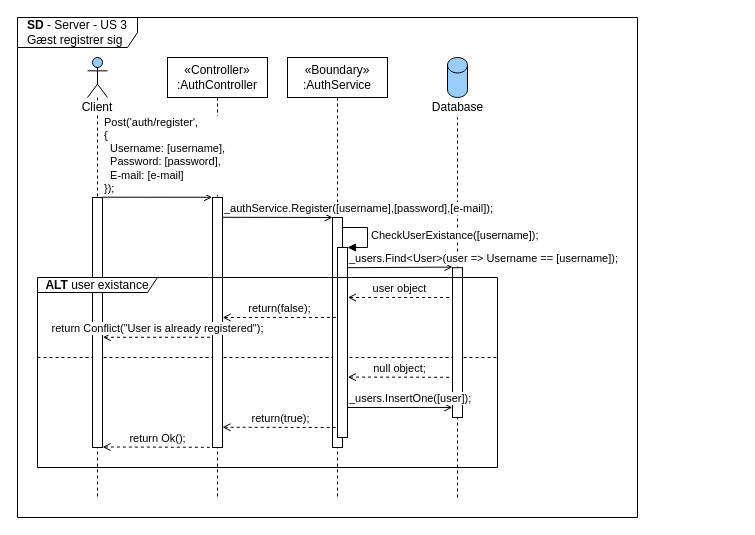
Macradon/I7BAC-PlugNPlay keeps this draw.io diagram as page "SD-Server" (2 of 3) of diagrams/arkitektur/US3_register.drawio. Above is the earlier version. Source tidied: cells renumbered, new cells numbered last; positions are measured from the earlier drawing's top-left corner, leaving out a move shared by most shapes. Both pictures are drawn from the tidied source at 100%, with x=0, y=0 at pixel (17, 17).
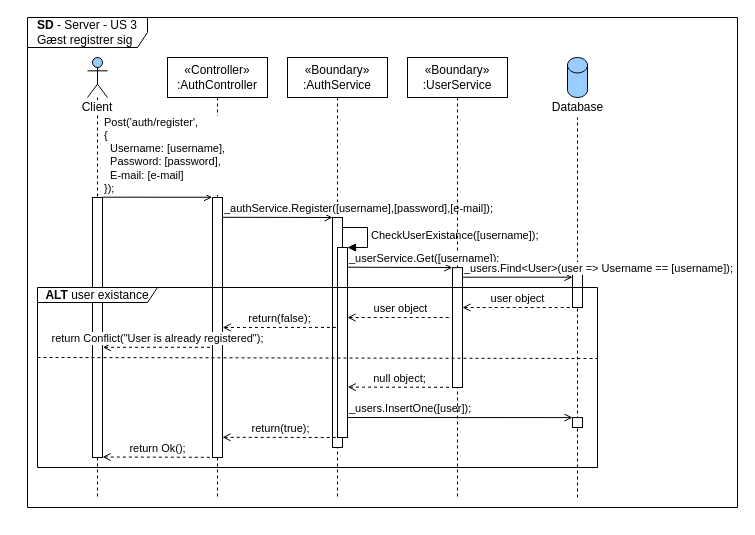
Above is the later version.

The change refers to these unchanged cells:
```xml
<mxCell id="19" style="html=1;points=[];perimeter=orthogonalPerimeter;" parent="1" vertex="1">
  <mxGeometry x="320" y="230" width="10" height="190" as="geometry" />
</mxCell>
```

Change to the diagram source:
```diff
@@
     <mxCell id="5" style="shape=cylinder3;whiteSpace=wrap;html=1;boundedLbl=1;backgroundOutline=1;size=7.724137931034477;labelBackgroundColor=#ffffff;strokeColor=#000000;fillColor=#99CCFF;fontColor=#000000;" parent="1" vertex="1">
-      <mxGeometry x="430" y="40" width="20" height="40" as="geometry" />
+      <mxGeometry x="550" y="40" width="20" height="40" as="geometry" />
     </mxCell>
     <mxCell id="6" style="endArrow=none;dashed=1;html=1;" parent="1" edge="1">
       <mxGeometry relative="1" as="geometry">
-        <mxPoint x="440" y="480" as="sourcePoint" />
-        <mxPoint x="440" y="100" as="targetPoint" />
+        <mxPoint x="560" y="480" as="sourcePoint" />
+        <mxPoint x="560" y="100" as="targetPoint" />
       </mxGeometry>
     </mxCell>
     <mxCell id="7" value="Database" style="text;html=1;align=center;verticalAlign=middle;labelBackgroundColor=#ffffff;" parent="1" vertex="1">
-      <mxGeometry x="405" y="80" width="70" height="20" as="geometry" />
+      <mxGeometry x="525" y="80" width="70" height="20" as="geometry" />
     </mxCell>
@@
-    <mxCell id="10" value="return Ok();" style="html=1;verticalAlign=bottom;endArrow=none;align=center;endFill=0;startArrow=open;startFill=0;dashed=1;exitX=1.013;exitY=0.998;exitDx=0;exitDy=0;exitPerimeter=0;" parent="1" edge="1" source="16">
+    <mxCell id="10" value="return Ok();" style="html=1;verticalAlign=bottom;endArrow=none;align=center;endFill=0;startArrow=open;startFill=0;dashed=1;exitX=1.013;exitY=0.998;exitDx=0;exitDy=0;exitPerimeter=0;" parent="1" edge="1">
       <mxGeometry relative="1" as="geometry">
-        <mxPoint x="195" y="429.8" as="targetPoint" />
+        <mxPoint x="85.1" y="439.5" as="sourcePoint" />
+        <mxPoint x="195" y="439.8" as="targetPoint" />
       </mxGeometry>
     </mxCell>
@@
-    <mxCell id="12" value="_users.Find&amp;lt;User&amp;gt;(user =&amp;gt; Username == [username]);" style="html=1;verticalAlign=bottom;endArrow=open;align=left;endFill=0;entryX=0;entryY=-0.004;entryDx=0;entryDy=0;entryPerimeter=0;" parent="1" edge="1" target="20">
-      <mxGeometry x="-1" relative="1" as="geometry">
-        <mxPoint x="330" y="250.2" as="sourcePoint" />
-      </mxGeometry>
-    </mxCell>
-    <mxCell id="13" value="user object" style="html=1;verticalAlign=bottom;endArrow=none;align=center;endFill=0;startArrow=open;startFill=0;dashed=1;exitX=1.04;exitY=0.263;exitDx=0;exitDy=0;exitPerimeter=0;" parent="1" edge="1" source="19">
+    <mxCell id="13" value="user object" style="html=1;verticalAlign=bottom;endArrow=none;align=center;endFill=0;startArrow=open;startFill=0;dashed=1;" parent="1" edge="1">
       <mxGeometry relative="1" as="geometry">
-        <mxPoint x="435" y="280" as="targetPoint" />
+        <mxPoint x="445" y="290" as="sourcePoint" />
+        <mxPoint x="555" y="290" as="targetPoint" />
+        <Array as="points">
+          <mxPoint x="530" y="290" />
+        </Array>
       </mxGeometry>
     </mxCell>
-    <mxCell id="14" style="endArrow=none;dashed=1;html=1;align=center;" parent="1" edge="1">
-      <mxGeometry relative="1" as="geometry">
-        <mxPoint x="20" y="340" as="sourcePoint" />
-        <mxPoint x="480" y="340" as="targetPoint" />
-      </mxGeometry>
-    </mxCell>
-    <mxCell id="15" value="null object;" style="html=1;verticalAlign=bottom;endArrow=none;align=center;endFill=0;startArrow=open;startFill=0;dashed=1;exitX=1.033;exitY=0.682;exitDx=0;exitDy=0;exitPerimeter=0;" parent="1" edge="1" source="19">
+    <mxCell id="15" value="null object;" style="html=1;verticalAlign=bottom;endArrow=none;align=center;endFill=0;startArrow=open;startFill=0;dashed=1;exitX=1.033;exitY=0.682;exitDx=0;exitDy=0;exitPerimeter=0;" parent="1" edge="1">
       <mxGeometry relative="1" as="geometry">
-        <mxPoint x="435" y="359.8" as="targetPoint" />
+        <mxPoint x="330.3" y="369.6" as="sourcePoint" />
+        <mxPoint x="435" y="369.8" as="targetPoint" />
       </mxGeometry>
     </mxCell>
     <mxCell id="16" style="html=1;points=[];perimeter=orthogonalPerimeter;" parent="1" vertex="1">
-      <mxGeometry x="75" y="180" width="10" height="250" as="geometry" />
+      <mxGeometry x="75" y="180" width="10" height="260" as="geometry" />
     </mxCell>
     <mxCell id="17" style="html=1;points=[];perimeter=orthogonalPerimeter;" parent="1" vertex="1">
-      <mxGeometry x="195" y="180" width="10" height="250" as="geometry" />
+      <mxGeometry x="195" y="180" width="10" height="260" as="geometry" />
     </mxCell>
@@
     <mxCell id="20" style="html=1;points=[];perimeter=orthogonalPerimeter;" parent="1" vertex="1">
-      <mxGeometry x="435" y="250.2" width="10" height="149.8" as="geometry" />
+      <mxGeometry x="555" y="250.1" width="10" height="39.9" as="geometry" />
     </mxCell>
-    <mxCell id="21" value="return Conflict(&quot;User is already registered&quot;);" style="html=1;verticalAlign=bottom;endArrow=none;align=center;endFill=0;startArrow=open;startFill=0;dashed=1;exitX=1.028;exitY=0.559;exitDx=0;exitDy=0;exitPerimeter=0;entryX=0.001;entryY=0.559;entryDx=0;entryDy=0;entryPerimeter=0;" parent="1" edge="1" source="16" target="17">
-      <mxGeometry relative="1" as="geometry" />
+    <mxCell id="21" value="return Conflict(&quot;User is already registered&quot;);" style="html=1;verticalAlign=bottom;endArrow=none;align=center;endFill=0;startArrow=open;startFill=0;dashed=1;exitX=1.028;exitY=0.559;exitDx=0;exitDy=0;exitPerimeter=0;entryX=0.001;entryY=0.559;entryDx=0;entryDy=0;entryPerimeter=0;" parent="1" edge="1">
+      <mxGeometry relative="1" as="geometry">
+        <mxPoint x="85.3" y="329.8" as="sourcePoint" />
+        <mxPoint x="195" y="329.8" as="targetPoint" />
+      </mxGeometry>
     </mxCell>
-    <mxCell id="22" value="_users.InsertOne([user]);" style="html=1;verticalAlign=bottom;endArrow=open;align=left;endFill=0;entryX=-0.019;entryY=0.933;entryDx=0;entryDy=0;entryPerimeter=0;" parent="1" edge="1" target="20">
+    <mxCell id="22" value="_users.InsertOne([user]);" style="html=1;verticalAlign=bottom;endArrow=open;align=left;endFill=0;" parent="1" edge="1" target="31">
       <mxGeometry x="-1" relative="1" as="geometry">
-        <mxPoint x="330" y="390" as="sourcePoint" />
+        <mxPoint x="330" y="400" as="sourcePoint" />
       </mxGeometry>
     </mxCell>
-    <mxCell id="23" value="return(true);" style="html=1;verticalAlign=bottom;endArrow=none;align=center;endFill=0;startArrow=open;startFill=0;dashed=1;exitX=0.997;exitY=0.919;exitDx=0;exitDy=0;exitPerimeter=0;" parent="1" edge="1" source="17">
+    <mxCell id="23" value="return(true);" style="html=1;verticalAlign=bottom;endArrow=none;align=center;endFill=0;startArrow=open;startFill=0;dashed=1;exitX=0.997;exitY=0.919;exitDx=0;exitDy=0;exitPerimeter=0;" parent="1" edge="1">
       <mxGeometry relative="1" as="geometry">
-        <mxPoint x="320" y="410" as="targetPoint" />
+        <mxPoint x="205" y="419.8" as="sourcePoint" />
+        <mxPoint x="320" y="420" as="targetPoint" />
       </mxGeometry>
     </mxCell>
-    <mxCell id="24" value="return(false);" style="html=1;verticalAlign=bottom;endArrow=none;align=center;endFill=0;startArrow=open;startFill=0;dashed=1;exitX=1.016;exitY=0.48;exitDx=0;exitDy=0;exitPerimeter=0;entryX=-0.028;entryY=0.368;entryDx=0;entryDy=0;entryPerimeter=0;" parent="1" edge="1" source="17" target="19">
-      <mxGeometry relative="1" as="geometry" />
+    <mxCell id="24" value="return(false);" style="html=1;verticalAlign=bottom;endArrow=none;align=center;endFill=0;startArrow=open;startFill=0;dashed=1;exitX=1.016;exitY=0.48;exitDx=0;exitDy=0;exitPerimeter=0;entryX=-0.028;entryY=0.368;entryDx=0;entryDy=0;entryPerimeter=0;" parent="1" edge="1">
+      <mxGeometry relative="1" as="geometry">
+        <mxPoint x="205.2" y="310" as="sourcePoint" />
+        <mxPoint x="319.7" y="309.9" as="targetPoint" />
+      </mxGeometry>
     </mxCell>
+    <mxCell id="26" value="&lt;div style=&quot;text-align: left&quot;&gt;&lt;b&gt;SD&lt;/b&gt;&amp;nbsp;- Server - US 3&lt;/div&gt;&lt;div style=&quot;text-align: left&quot;&gt;Gæst registrer sig&lt;/div&gt;" style="shape=umlFrame;whiteSpace=wrap;html=1;labelBackgroundColor=none;width=120;height=30;" parent="1" vertex="1">
+      <mxGeometry x="10" width="710" height="490" as="geometry" />
+    </mxCell>
+    <mxCell id="27" value="«Boundary»&lt;br&gt;:UserService" style="shape=umlLifeline;perimeter=lifelinePerimeter;whiteSpace=wrap;html=1;labelBackgroundColor=#ffffff;" parent="1" vertex="1">
+      <mxGeometry x="390" y="40" width="100" height="440" as="geometry" />
+    </mxCell>
+    <mxCell id="28" style="html=1;points=[];perimeter=orthogonalPerimeter;" parent="1" vertex="1">
+      <mxGeometry x="435" y="250.1" width="10" height="119.9" as="geometry" />
+    </mxCell>
+    <mxCell id="29" value="_userService.Get([username]);" style="html=1;verticalAlign=bottom;endArrow=open;align=left;endFill=0;entryX=-0.021;entryY=0;entryDx=0;entryDy=0;entryPerimeter=0;" parent="1" edge="1" target="28">
+      <mxGeometry x="-1" relative="1" as="geometry">
+        <mxPoint x="330" y="249.7" as="sourcePoint" />
+      </mxGeometry>
+    </mxCell>
+    <mxCell id="30" value="user object" style="html=1;verticalAlign=bottom;endArrow=none;align=center;endFill=0;startArrow=open;startFill=0;dashed=1;" parent="1" edge="1">
+      <mxGeometry relative="1" as="geometry">
+        <mxPoint x="330" y="300" as="sourcePoint" />
+        <mxPoint x="435" y="300" as="targetPoint" />
+        <Array as="points">
+          <mxPoint x="405" y="300" />
+        </Array>
+      </mxGeometry>
+    </mxCell>
+    <mxCell id="14" style="endArrow=none;dashed=1;html=1;align=center;" parent="1" edge="1">
+      <mxGeometry relative="1" as="geometry">
+        <mxPoint x="20" y="340" as="sourcePoint" />
+        <mxPoint x="580" y="341" as="targetPoint" />
+      </mxGeometry>
+    </mxCell>
+    <mxCell id="12" value="_users.Find&amp;lt;User&amp;gt;(user =&amp;gt; Username == [username]);" style="html=1;verticalAlign=bottom;endArrow=open;align=left;endFill=0;" parent="1" edge="1" target="20">
+      <mxGeometry x="-1" relative="1" as="geometry">
+        <mxPoint x="445" y="259.7" as="sourcePoint" />
+      </mxGeometry>
+    </mxCell>
+    <mxCell id="31" style="html=1;points=[];perimeter=orthogonalPerimeter;" parent="1" vertex="1">
+      <mxGeometry x="555" y="400.1" width="10" height="9.9" as="geometry" />
+    </mxCell>
     <mxCell id="25" value="&lt;b&gt;ALT&lt;/b&gt;&amp;nbsp;user existance" style="shape=umlFrame;whiteSpace=wrap;html=1;width=120;height=15;" parent="1" vertex="1">
-      <mxGeometry x="20" y="260" width="460" height="190" as="geometry" />
+      <mxGeometry x="20" y="270" width="560" height="180" as="geometry" />
     </mxCell>
-    <mxCell id="26" value="&lt;div style=&quot;text-align: left&quot;&gt;&lt;b&gt;SD&lt;/b&gt;&amp;nbsp;- Server - US 3&lt;/div&gt;&lt;div style=&quot;text-align: left&quot;&gt;Gæst registrer sig&lt;/div&gt;" style="shape=umlFrame;whiteSpace=wrap;html=1;labelBackgroundColor=none;width=120;height=30;" parent="1" vertex="1">
-      <mxGeometry width="620" height="500" as="geometry" />
-    </mxCell>
```
